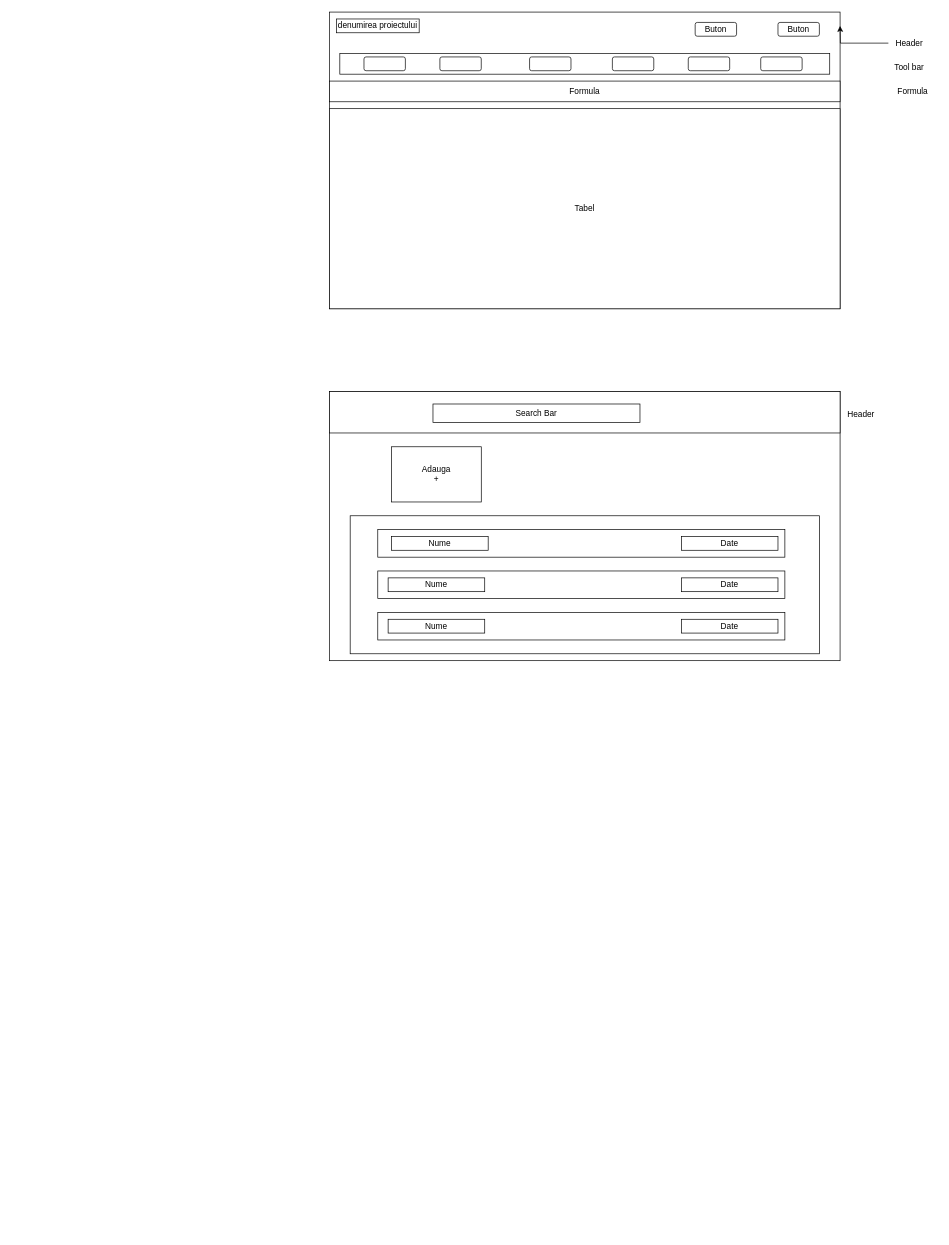
Above: Untitled.drawio in acadelia/excel (draw.io), before the change. Source tidied: cells renumbered, new cells numbered last; positions are measured from the earlier drawing's top-left corner, leaving out a move shared by most shapes. Both pictures are drawn from the tidied source at 69%, with x=0, y=0 at pixel (329, 12).
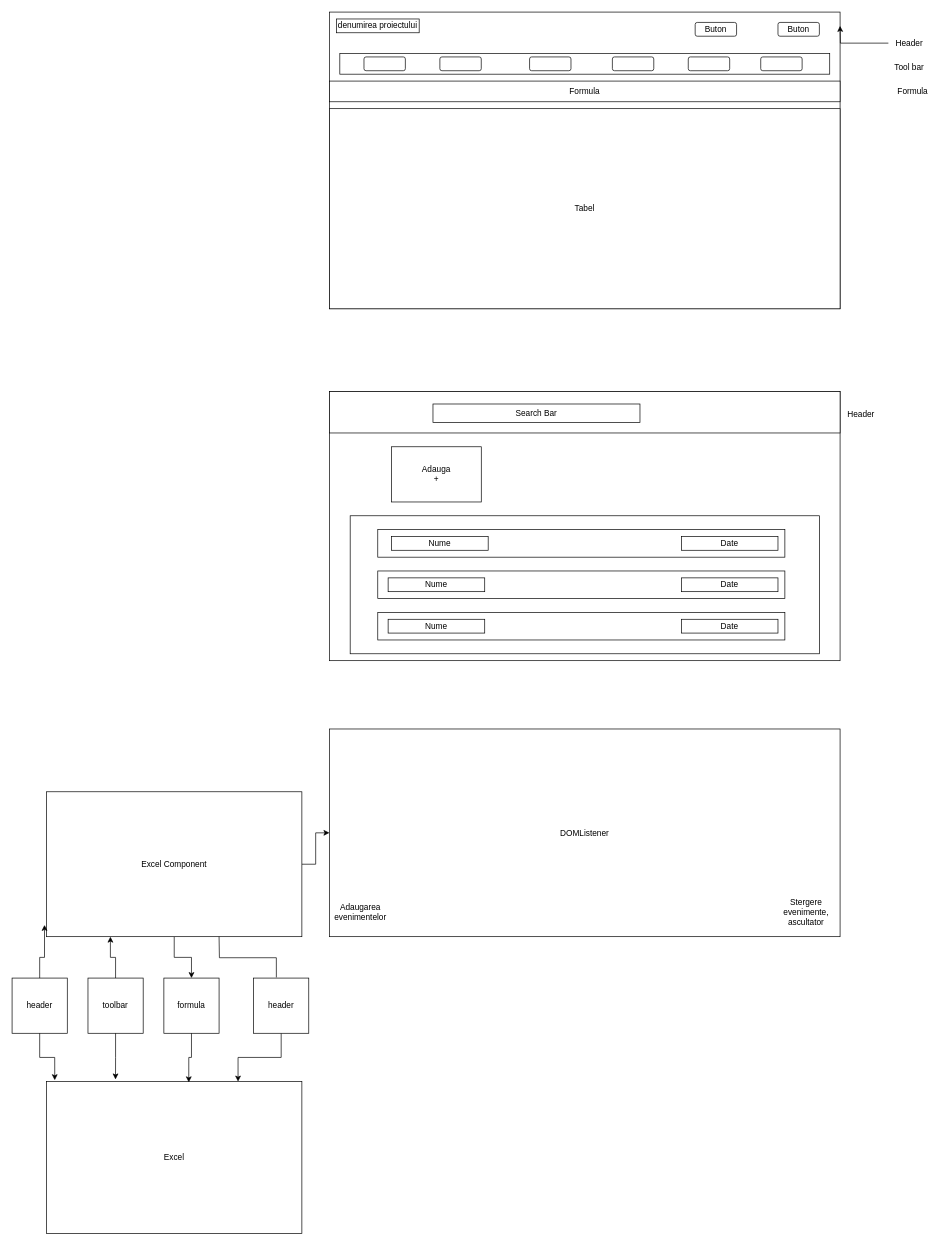
The same page after the edit.

Diff of the diagram source:
```diff
@@
+    <mxCell id="35" value="DOMListener" style="rounded=0;whiteSpace=wrap;html=1;" parent="1" vertex="1">
+      <mxGeometry y="1039" width="740" height="301" as="geometry" />
+    </mxCell>
+    <mxCell id="36" value="Adaugarea evenimentelor" style="text;html=1;strokeColor=none;fillColor=none;align=center;verticalAlign=middle;whiteSpace=wrap;rounded=0;" parent="1" vertex="1">
+      <mxGeometry x="15" y="1290" width="60" height="30" as="geometry" />
+    </mxCell>
+    <mxCell id="37" value="Stergere evenimente, ascultator" style="text;html=1;strokeColor=none;fillColor=none;align=center;verticalAlign=middle;whiteSpace=wrap;rounded=0;" parent="1" vertex="1">
+      <mxGeometry x="661" y="1290" width="60" height="30" as="geometry" />
+    </mxCell>
+    <mxCell id="38" style="edgeStyle=orthogonalEdgeStyle;rounded=0;jettySize=auto;html=1;" parent="1" edge="1" source="40" target="35">
+      <mxGeometry relative="1" as="geometry" />
+    </mxCell>
+    <mxCell id="39" style="edgeStyle=orthogonalEdgeStyle;rounded=0;jettySize=auto;html=1;entryX=0.5;entryY=0;entryDx=0;entryDy=0;" parent="1" edge="1" source="40" target="44">
+      <mxGeometry relative="1" as="geometry" />
+    </mxCell>
+    <mxCell id="40" value="Excel Component" style="rounded=0;whiteSpace=wrap;html=1;" parent="1" vertex="1">
+      <mxGeometry x="-410" y="1130" width="370" height="210" as="geometry" />
+    </mxCell>
+    <mxCell id="41" value="header" style="whiteSpace=wrap;html=1;" parent="1" vertex="1">
+      <mxGeometry x="-460" y="1400" width="80" height="80" as="geometry" />
+    </mxCell>
+    <mxCell id="42" style="edgeStyle=orthogonalEdgeStyle;rounded=0;jettySize=auto;html=1;entryX=0.25;entryY=1;entryDx=0;entryDy=0;" parent="1" edge="1" source="43" target="40">
+      <mxGeometry relative="1" as="geometry" />
+    </mxCell>
+    <mxCell id="43" value="toolbar" style="whiteSpace=wrap;html=1;" parent="1" vertex="1">
+      <mxGeometry x="-350" y="1400" width="80" height="80" as="geometry" />
+    </mxCell>
+    <mxCell id="44" value="formula" style="whiteSpace=wrap;html=1;" parent="1" vertex="1">
+      <mxGeometry x="-240" y="1400" width="80" height="80" as="geometry" />
+    </mxCell>
+    <mxCell id="45" style="edgeStyle=orthogonalEdgeStyle;rounded=0;jettySize=auto;html=1;entryX=0.75;entryY=0;entryDx=0;entryDy=0;" parent="1" edge="1" source="46" target="49">
+      <mxGeometry relative="1" as="geometry" />
+    </mxCell>
+    <mxCell id="46" value="header" style="whiteSpace=wrap;html=1;" parent="1" vertex="1">
+      <mxGeometry x="-110" y="1400" width="80" height="80" as="geometry" />
+    </mxCell>
+    <mxCell id="47" style="endArrow=none;html=1;rounded=0;edgeStyle=orthogonalEdgeStyle;exitX=0.413;exitY=-0.012;exitDx=0;exitDy=0;exitPerimeter=0;" parent="1" edge="1" source="46">
+      <mxGeometry relative="1" as="geometry">
+        <mxPoint x="-160" y="1340" as="targetPoint" />
+      </mxGeometry>
+    </mxCell>
+    <mxCell id="48" style="edgeStyle=orthogonalEdgeStyle;rounded=0;jettySize=auto;html=1;entryX=-0.008;entryY=0.919;entryDx=0;entryDy=0;entryPerimeter=0;" parent="1" edge="1" source="41" target="40">
+      <mxGeometry relative="1" as="geometry" />
+    </mxCell>
+    <mxCell id="49" value="Excel" style="rounded=0;whiteSpace=wrap;html=1;" parent="1" vertex="1">
+      <mxGeometry x="-410" y="1550" width="370" height="220" as="geometry" />
+    </mxCell>
+    <mxCell id="50" style="edgeStyle=orthogonalEdgeStyle;rounded=0;jettySize=auto;html=1;entryX=0.032;entryY=-0.009;entryDx=0;entryDy=0;entryPerimeter=0;" parent="1" edge="1" source="41" target="49">
+      <mxGeometry relative="1" as="geometry" />
+    </mxCell>
+    <mxCell id="51" style="edgeStyle=orthogonalEdgeStyle;rounded=0;jettySize=auto;html=1;entryX=0.27;entryY=-0.014;entryDx=0;entryDy=0;entryPerimeter=0;" parent="1" edge="1" source="43" target="49">
+      <mxGeometry relative="1" as="geometry" />
+    </mxCell>
+    <mxCell id="52" style="edgeStyle=orthogonalEdgeStyle;rounded=0;jettySize=auto;html=1;entryX=0.557;entryY=0.005;entryDx=0;entryDy=0;entryPerimeter=0;" parent="1" edge="1" source="44" target="49">
+      <mxGeometry relative="1" as="geometry" />
+    </mxCell>
```
